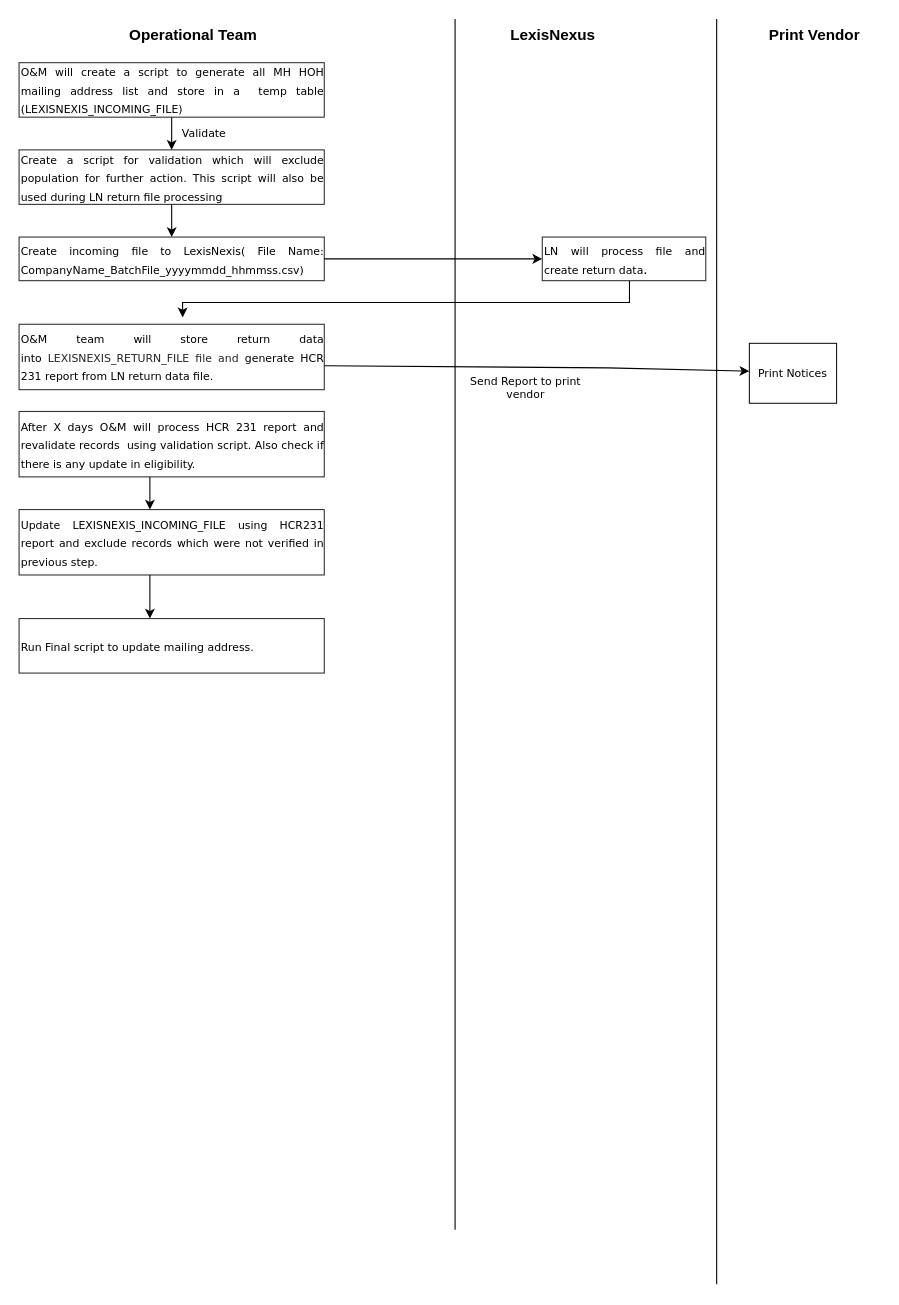
The draw.io diagram Untitled Diagram.drawio in prahlad2018/microservice, before the edit. Source tidied: cells renumbered, new cells numbered last; positions are measured from the earlier drawing's top-left corner, leaving out a move shared by most shapes. Both pictures are drawn from the tidied source at 109%, with x=0, y=0 at pixel (19, 19).
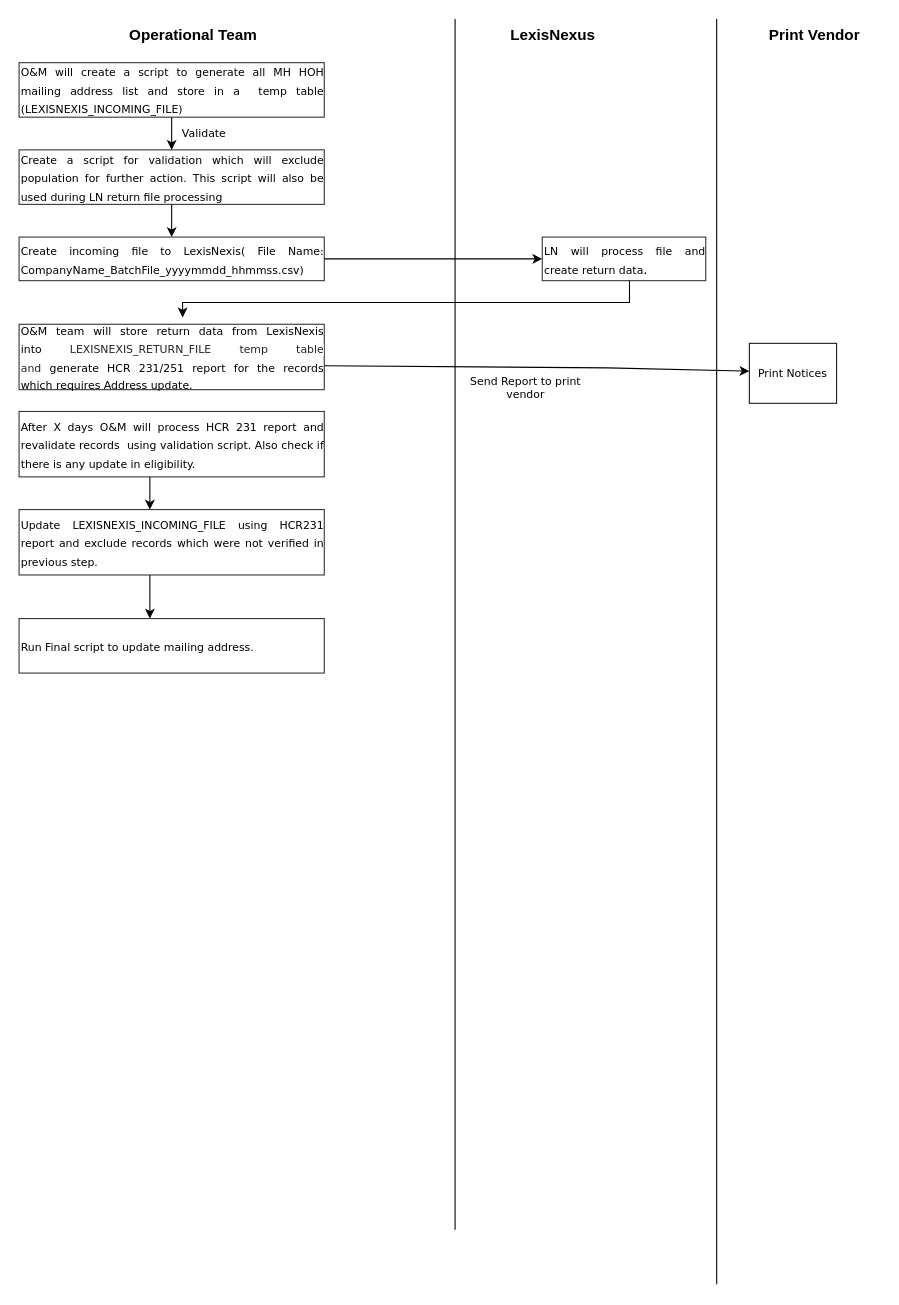
The same diagram, later.

Diff of the diagram source:
```diff
@@
-    <mxCell id="15" value="&lt;p class=&quot;MsoNormal&quot;&gt;&lt;/p&gt;&lt;div style=&quot;text-align: justify;&quot;&gt;&lt;p class=&quot;MsoNormal&quot;&gt;&lt;font style=&quot;font-size: 10px;&quot; face=&quot;Verdana&quot;&gt;&lt;font style=&quot;&quot;&gt;O&amp;amp;M team will store return data into&amp;nbsp;&lt;/font&gt;&lt;span style=&quot;background-color: rgb(255, 255, 255); color: rgb(36, 36, 36); text-align: start;&quot;&gt;LEXISNEXIS_RETURN_FILE file and&amp;nbsp;&lt;/span&gt;&lt;span style=&quot;background-color: initial;&quot;&gt;generate HCR 231 report from LN return data file.&lt;/span&gt;&lt;/font&gt;&lt;/p&gt;&lt;/div&gt;&lt;p&gt;&lt;/p&gt;" style="text;html=1;strokeColor=#333333;fillColor=none;align=left;verticalAlign=middle;whiteSpace=wrap;rounded=0;fontSize=14;" parent="1" vertex="1">
+    <mxCell id="15" value="&lt;p class=&quot;MsoNormal&quot;&gt;&lt;/p&gt;&lt;div style=&quot;text-align: justify;&quot;&gt;&lt;p class=&quot;MsoNormal&quot;&gt;&lt;font style=&quot;font-size: 10px;&quot; face=&quot;Verdana&quot;&gt;&lt;font style=&quot;&quot;&gt;O&amp;amp;M team will store return data from LexisNexis into&amp;nbsp;&lt;/font&gt;&lt;span style=&quot;background-color: rgb(255, 255, 255); color: rgb(36, 36, 36); text-align: start;&quot;&gt;LEXISNEXIS_RETURN_FILE temp table and&amp;nbsp;&lt;/span&gt;&lt;span style=&quot;background-color: initial;&quot;&gt;generate HCR 231/251 report for the records which requires Address update.&lt;/span&gt;&lt;/font&gt;&lt;/p&gt;&lt;/div&gt;&lt;p&gt;&lt;/p&gt;" style="text;html=1;strokeColor=#333333;fillColor=none;align=left;verticalAlign=middle;whiteSpace=wrap;rounded=0;fontSize=14;" parent="1" vertex="1">
       <mxGeometry y="280" width="280" height="60" as="geometry" />
     </mxCell>
```
